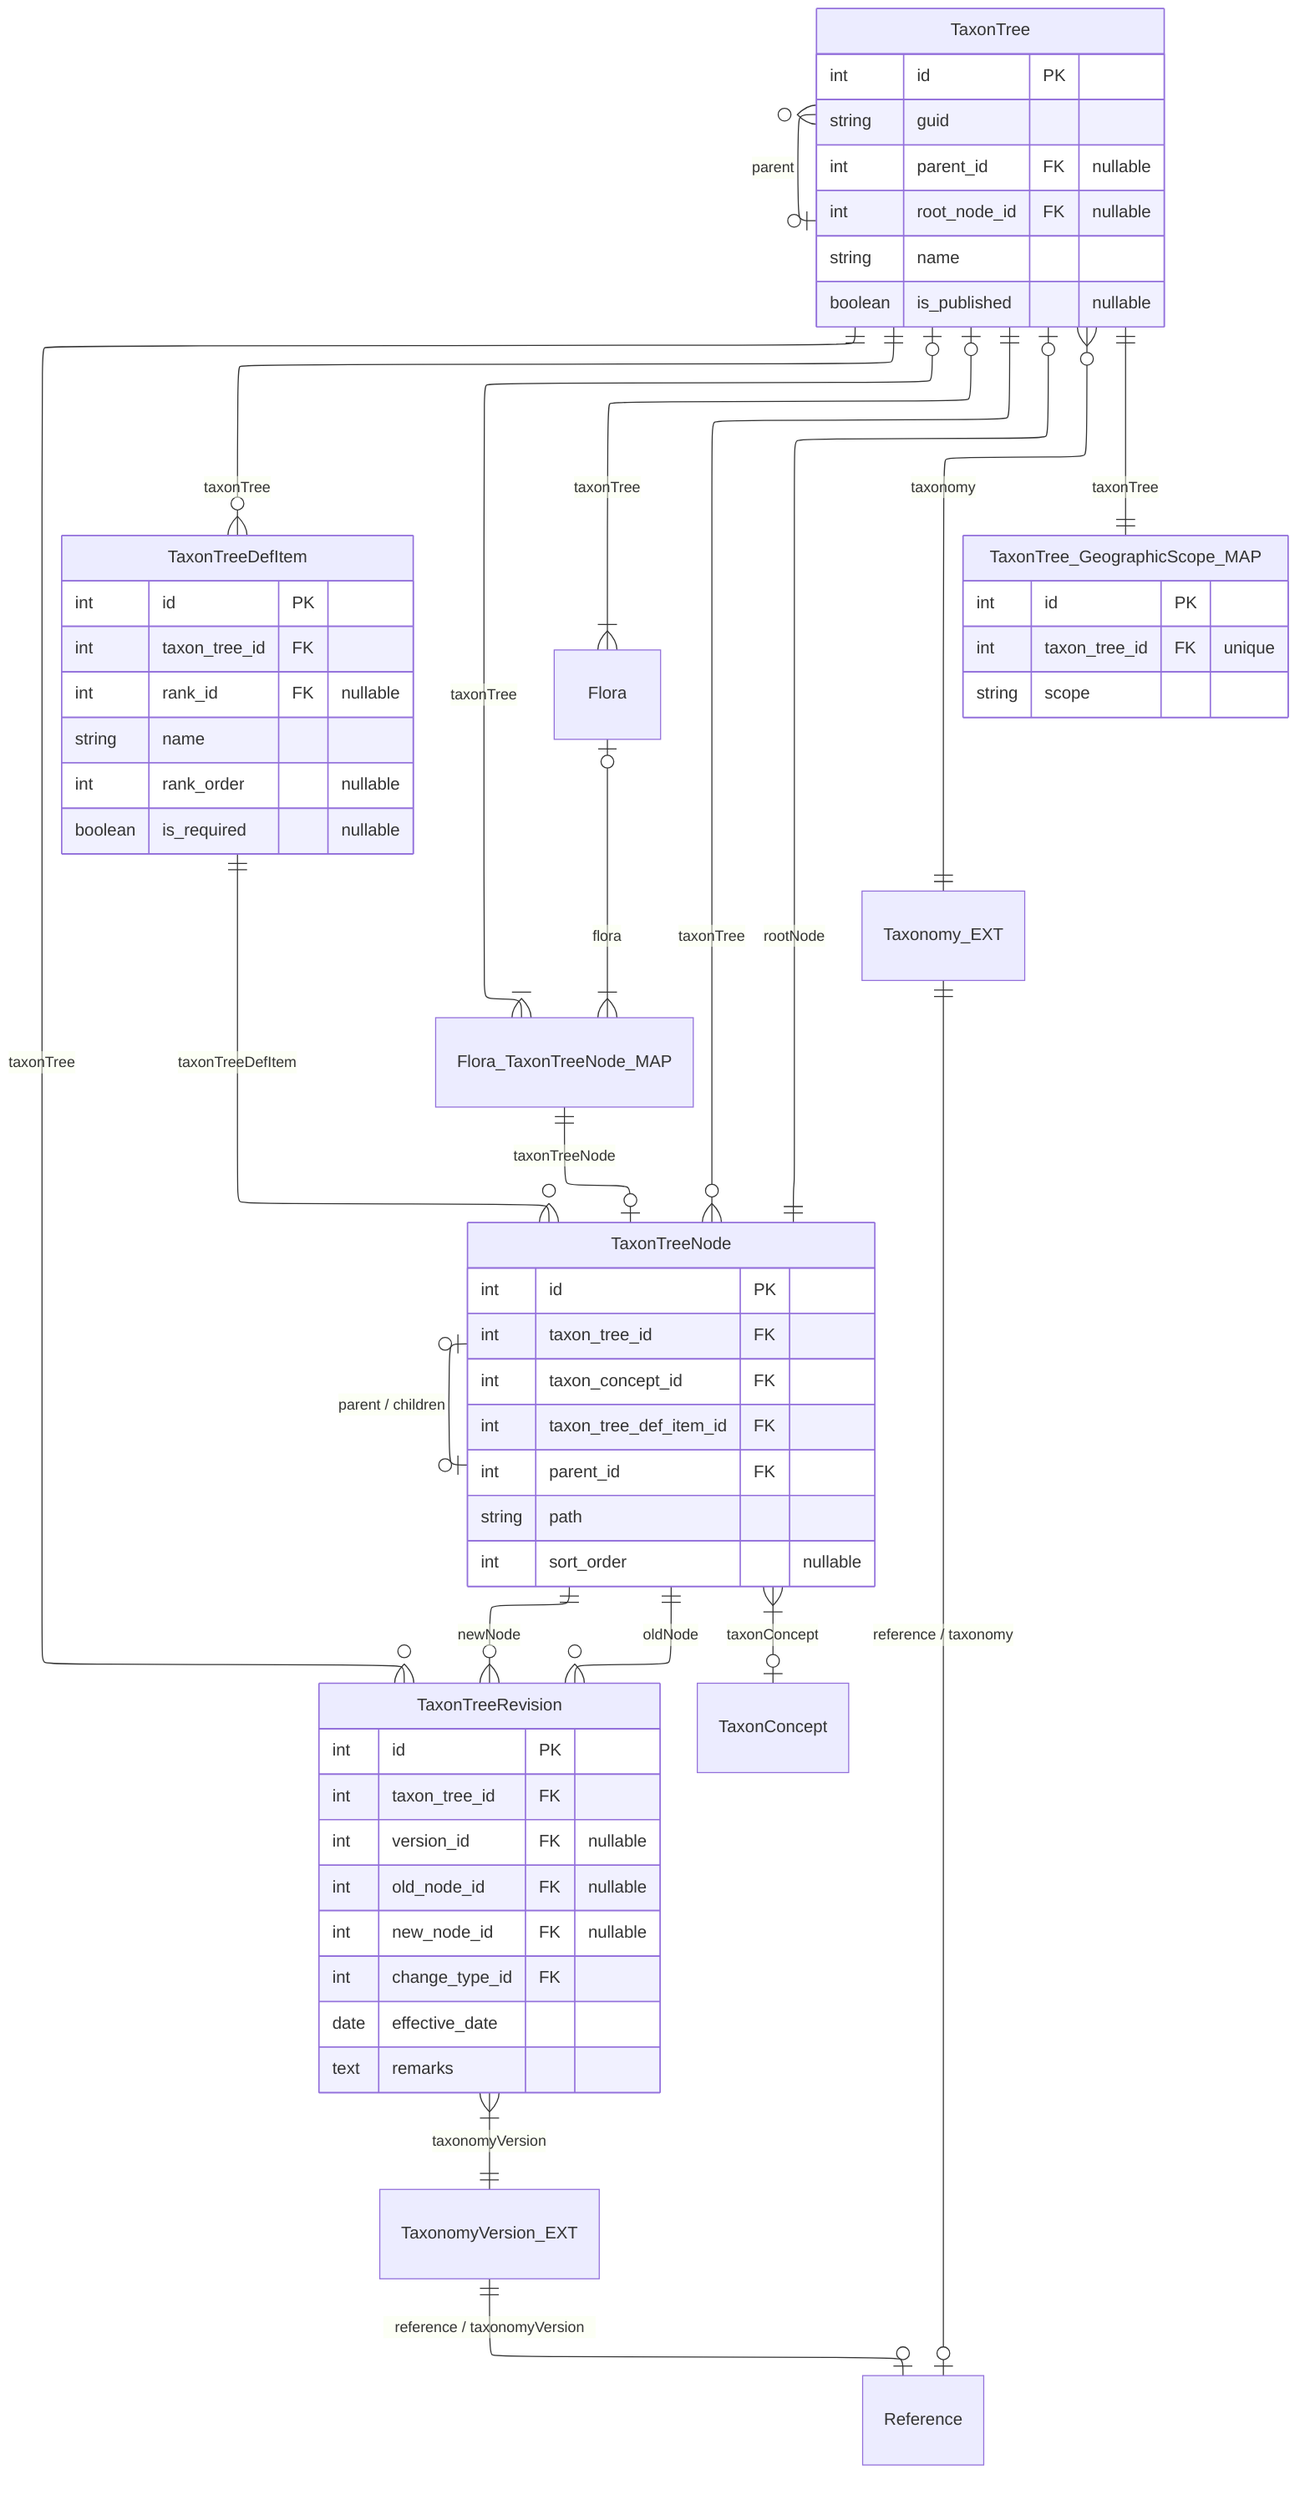
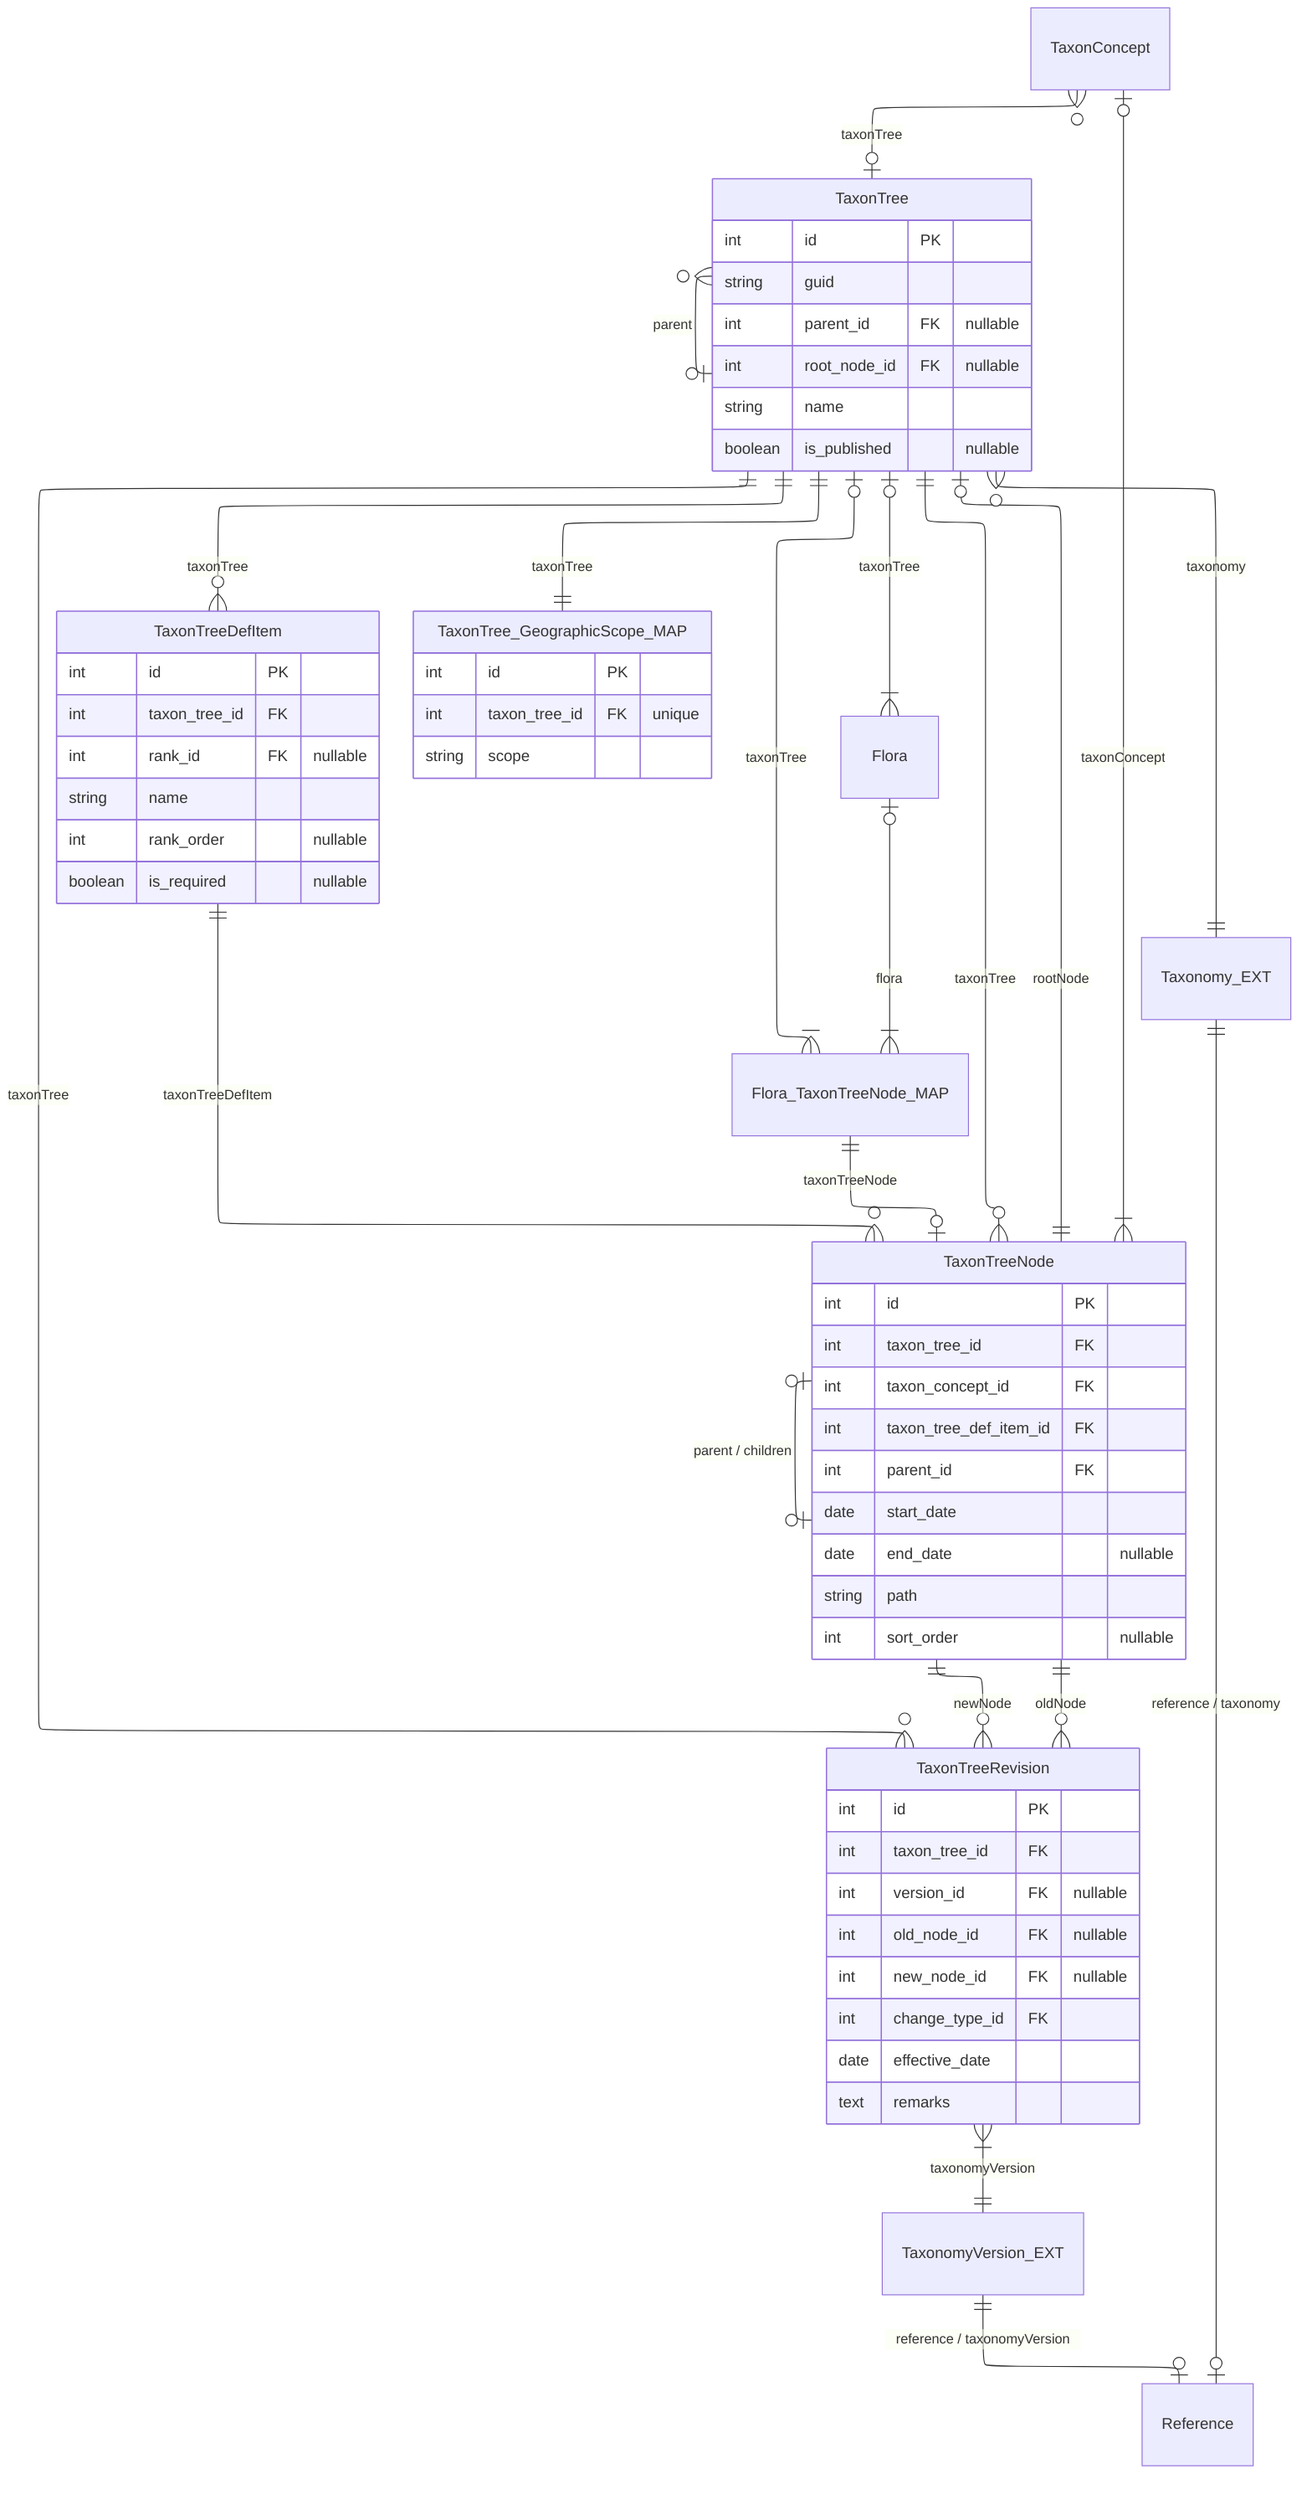
---
config:
  layout: elk
---
erDiagram
+ 
+   TaxonConcept }o--o| TaxonTree : taxonTree
+   TaxonConcept |o--|{ TaxonTreeNode : taxonConcept
+ 
  TaxonTree ||--o{ TaxonTreeDefItem : "taxonTree"
  TaxonTree ||--o{ TaxonTreeNode : "taxonTree"
  TaxonTree |o--|| TaxonTreeNode : "rootNode"
  TaxonTree ||--|| TaxonTree_GeographicScope_MAP : taxonTree
  TaxonTree }o--o| TaxonTree : "parent"

  TaxonTreeDefItem ||--o{ TaxonTreeNode : "taxonTreeDefItem"

  TaxonTreeNode ||--o{ TaxonTreeRevision : "oldNode"
  TaxonTreeNode ||--o{ TaxonTreeRevision : "newNode"
  TaxonTree ||--o{ TaxonTreeRevision : "taxonTree"

-   TaxonTreeNode }|--o| TaxonConcept : "taxonConcept"
  TaxonTreeNode |o--o| TaxonTreeNode : "parent / children"

  TaxonTree }o--|| Taxonomy_EXT : "taxonomy"
  Taxonomy_EXT ||--o| Reference : "reference / taxonomy"
  TaxonTreeRevision }|--|| TaxonomyVersion_EXT : "taxonomyVersion"
  TaxonomyVersion_EXT ||--o| Reference : "reference / taxonomyVersion"

  TaxonTree |o--|{ Flora : "taxonTree"
  Flora |o--|{ Flora_TaxonTreeNode_MAP : "flora"
  Flora_TaxonTreeNode_MAP }|--o| TaxonTree : "taxonTree"
  Flora_TaxonTreeNode_MAP ||--o| TaxonTreeNode : "taxonTreeNode"

  TaxonTree {
    int id PK
    string guid
    int parent_id FK "nullable"
    int root_node_id FK "nullable"
    string name
    boolean is_published "nullable"
  }

  TaxonTree_GeographicScope_MAP {
    int id PK
    int taxon_tree_id FK "unique"
    string scope
  }

  TaxonTreeDefItem {
    int id PK
    int taxon_tree_id FK
    int rank_id FK "nullable"
    string name
    int rank_order "nullable"
    boolean is_required "nullable"
  }

  TaxonTreeNode {
    int id PK
    int taxon_tree_id FK
    int taxon_concept_id FK
    int taxon_tree_def_item_id FK
    int parent_id FK
+     date start_date
+     date end_date "nullable"
    string path
    int sort_order "nullable"
  }

  TaxonTreeRevision {
    int id PK
    int taxon_tree_id FK
    int version_id FK "nullable"
    int old_node_id FK "nullable"
    int new_node_id FK "nullable"
    int change_type_id FK
    date effective_date
    text remarks
  }